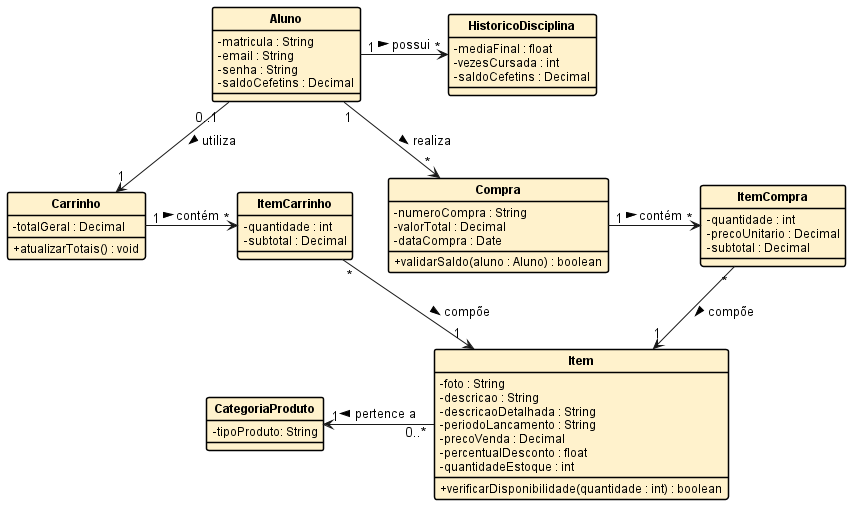
Above: docs/img/modelo_essencial.png in evandrovieiramafort/rascunhoIntegrador (PlantUML), before the change.
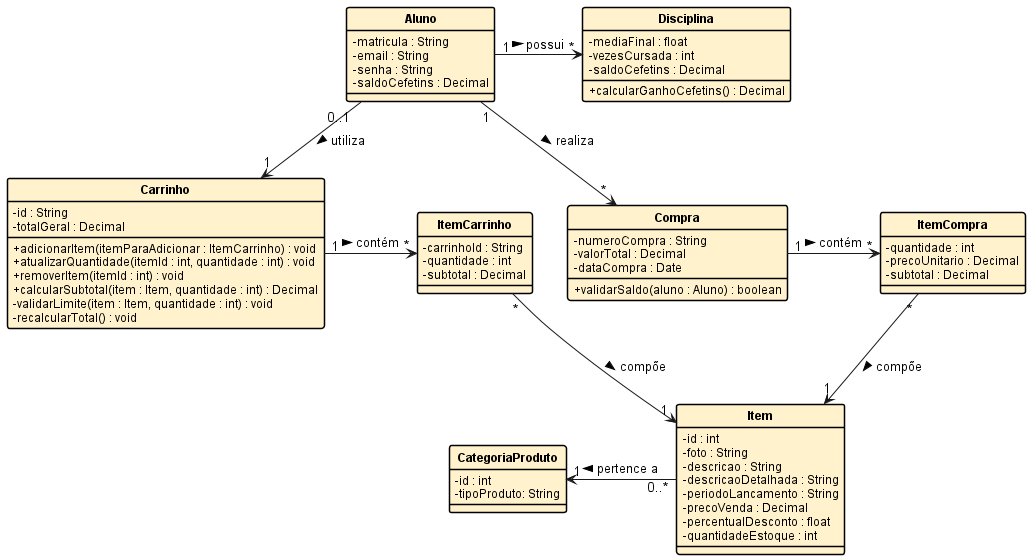
After the commit.

Commit message:
Sobe ajustes no front e back do carrinho e some modelo essencial atualizado

Diff of the diagram source:
```diff
@@ -8,17 +8,20 @@
   - saldoCefetins : Decimal
 }
 
-class "<b>HistoricoDisciplina</b>" as HistoricoDisciplina {
+class "<b>Disciplina</b>" as Disciplina {
   - mediaFinal : float
   - vezesCursada : int
   - saldoCefetins : Decimal
+  + calcularGanhoCefetins() : Decimal
 }
 
 class "<b>CategoriaProduto</b>" as CategoriaProduto {
+  - id : int
   - tipoProduto: String
 }
 
 class "<b>Item</b>" as Item {
+  - id : int
   - foto : String
   - descricao : String
   - descricaoDetalhada : String
@@ -26,15 +29,21 @@
   - precoVenda : Decimal
   - percentualDesconto : float
   - quantidadeEstoque : int
-  + verificarDisponibilidade(quantidade : int) : boolean
 }
 
 class "<b>Carrinho</b>" as Carrinho {
+  - id : String
   - totalGeral : Decimal
-  + atualizarTotais() : void
+  + adicionarItem(itemParaAdicionar : ItemCarrinho) : void
+  + atualizarQuantidade(itemId : int, quantidade : int) : void
+  + removerItem(itemId : int) : void
+  + calcularSubtotal(item : Item, quantidade : int) : Decimal
+  - validarLimite(item : Item, quantidade : int) : void
+  - recalcularTotal() : void
 }
 
 class "<b>ItemCarrinho</b>" as ItemCarrinho {
+  - carrinhoId : String
   - quantidade : int
   - subtotal : Decimal
 }
@@ -52,8 +61,7 @@
   - subtotal : Decimal
 }
 
-
-Aluno "1" -right-> "*" HistoricoDisciplina : possui >
+Aluno "1" -right-> "*" Disciplina : possui >
 Aluno "0..1" -down-> "1" Carrinho : utiliza >
 Carrinho "1" -right-> "*" ItemCarrinho : contém >
 ItemCarrinho "*" -down-> "1" Item : compõe >
@@ -62,5 +70,4 @@
 ItemCompra "*" -down-> "1" Item : compõe >
 Item "0..*" -left-> "1" CategoriaProduto : pertence a >
 
-
 @enduml
```
